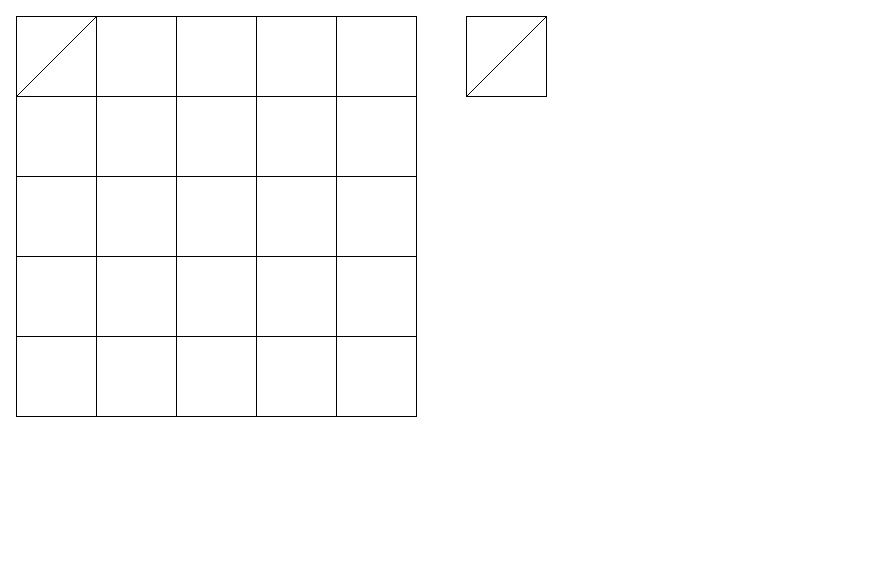
The draw.io diagram page "Templates-Testing" (1 of 3) of Grids/Untitled Diagram.drawio in vagg99/Game-Theory, before the edit. Source tidied: cells renumbered, new cells numbered last; positions are measured from the earlier drawing's top-left corner, leaving out a move shared by most shapes. Both pictures are drawn from the tidied source at 100%, with x=0, y=0 at pixel (16, 16).
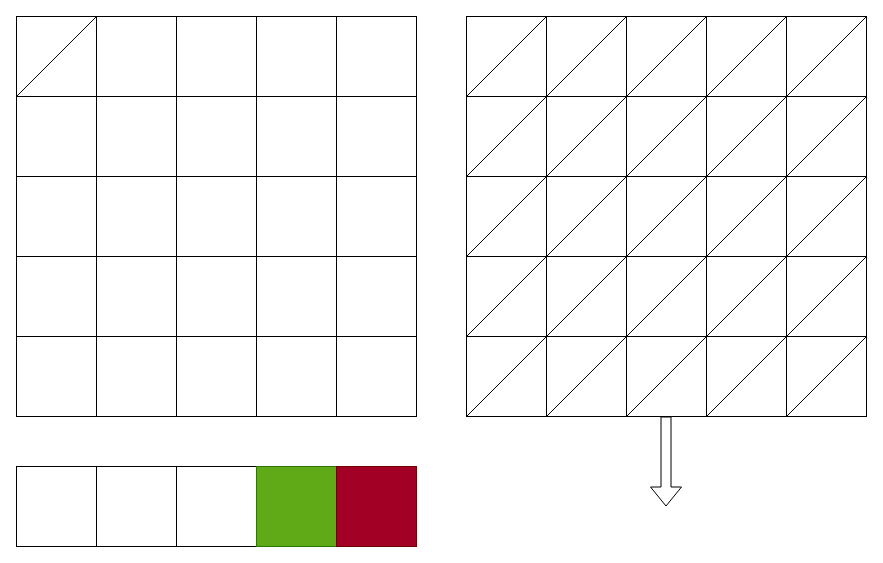
Above is the later version.

The change refers to these unchanged cells:
```xml
<mxCell id="28" style="whiteSpace=wrap;html=1;rounded=0;shadow=0;glass=0;" parent="1" vertex="1">
  <mxGeometry x="450" width="80" height="80" as="geometry" />
</mxCell>
```

Diff of the diagram source:
```diff
@@
-    <mxCell id="29" style="endArrow=none;html=1;rounded=0;entryX=1;entryY=0;entryDx=0;entryDy=0;" parent="1" edge="1" target="28">
-      <mxGeometry relative="1" as="geometry">
-        <mxPoint x="450" y="80" as="sourcePoint" />
-      </mxGeometry>
+    <mxCell id="29" style="endArrow=none;html=1;rounded=0;entryX=1;entryY=0;entryDx=0;entryDy=0;" parent="1" edge="1" source="79" target="28">
+      <mxGeometry relative="1" as="geometry" />
     </mxCell>
+    <mxCell id="30" style="whiteSpace=wrap;html=1;rounded=0;shadow=0;glass=0;" parent="1" vertex="1">
+      <mxGeometry x="450" y="80" width="80" height="80" as="geometry" />
+    </mxCell>
+    <mxCell id="31" style="endArrow=none;html=1;rounded=0;entryX=1;entryY=0;entryDx=0;entryDy=0;" parent="1" edge="1" target="30">
+      <mxGeometry relative="1" as="geometry">
+        <mxPoint x="450" y="160" as="sourcePoint" />
+      </mxGeometry>
+    </mxCell>
+    <mxCell id="32" style="whiteSpace=wrap;html=1;rounded=0;shadow=0;glass=0;" parent="1" vertex="1">
+      <mxGeometry x="530" width="80" height="80" as="geometry" />
+    </mxCell>
+    <mxCell id="33" style="endArrow=none;html=1;rounded=0;entryX=1;entryY=0;entryDx=0;entryDy=0;" parent="1" edge="1" source="86" target="32">
+      <mxGeometry relative="1" as="geometry" />
+    </mxCell>
+    <mxCell id="34" style="whiteSpace=wrap;html=1;rounded=0;shadow=0;glass=0;" parent="1" vertex="1">
+      <mxGeometry x="530" y="80" width="80" height="80" as="geometry" />
+    </mxCell>
+    <mxCell id="35" style="endArrow=none;html=1;rounded=0;entryX=1;entryY=0;entryDx=0;entryDy=0;" parent="1" edge="1" target="34">
+      <mxGeometry relative="1" as="geometry">
+        <mxPoint x="530" y="160" as="sourcePoint" />
+      </mxGeometry>
+    </mxCell>
+    <mxCell id="36" style="whiteSpace=wrap;html=1;rounded=0;shadow=0;glass=0;" parent="1" vertex="1">
+      <mxGeometry x="450" y="160" width="80" height="80" as="geometry" />
+    </mxCell>
+    <mxCell id="37" style="endArrow=none;html=1;rounded=0;entryX=1;entryY=0;entryDx=0;entryDy=0;" parent="1" edge="1" target="36">
+      <mxGeometry relative="1" as="geometry">
+        <mxPoint x="450" y="240" as="sourcePoint" />
+      </mxGeometry>
+    </mxCell>
+    <mxCell id="38" style="whiteSpace=wrap;html=1;rounded=0;shadow=0;glass=0;" parent="1" vertex="1">
+      <mxGeometry x="450" y="240" width="80" height="80" as="geometry" />
+    </mxCell>
+    <mxCell id="39" style="endArrow=none;html=1;rounded=0;entryX=1;entryY=0;entryDx=0;entryDy=0;" parent="1" edge="1" target="38">
+      <mxGeometry relative="1" as="geometry">
+        <mxPoint x="450" y="320" as="sourcePoint" />
+      </mxGeometry>
+    </mxCell>
+    <mxCell id="40" style="whiteSpace=wrap;html=1;rounded=0;shadow=0;glass=0;" parent="1" vertex="1">
+      <mxGeometry x="530" y="160" width="80" height="80" as="geometry" />
+    </mxCell>
+    <mxCell id="41" style="endArrow=none;html=1;rounded=0;entryX=1;entryY=0;entryDx=0;entryDy=0;" parent="1" edge="1" target="40">
+      <mxGeometry relative="1" as="geometry">
+        <mxPoint x="530" y="240" as="sourcePoint" />
+      </mxGeometry>
+    </mxCell>
+    <mxCell id="42" style="whiteSpace=wrap;html=1;rounded=0;shadow=0;glass=0;" parent="1" vertex="1">
+      <mxGeometry x="530" y="240" width="80" height="80" as="geometry" />
+    </mxCell>
+    <mxCell id="43" style="endArrow=none;html=1;rounded=0;entryX=1;entryY=0;entryDx=0;entryDy=0;" parent="1" edge="1" target="42">
+      <mxGeometry relative="1" as="geometry">
+        <mxPoint x="530" y="320" as="sourcePoint" />
+      </mxGeometry>
+    </mxCell>
+    <mxCell id="44" style="whiteSpace=wrap;html=1;rounded=0;shadow=0;glass=0;" parent="1" vertex="1">
+      <mxGeometry x="610" width="80" height="80" as="geometry" />
+    </mxCell>
+    <mxCell id="45" style="endArrow=none;html=1;rounded=0;entryX=1;entryY=0;entryDx=0;entryDy=0;" parent="1" edge="1" target="44">
+      <mxGeometry relative="1" as="geometry">
+        <mxPoint x="610" y="80" as="sourcePoint" />
+      </mxGeometry>
+    </mxCell>
+    <mxCell id="46" style="whiteSpace=wrap;html=1;rounded=0;shadow=0;glass=0;" parent="1" vertex="1">
+      <mxGeometry x="610" y="80" width="80" height="80" as="geometry" />
+    </mxCell>
+    <mxCell id="47" style="endArrow=none;html=1;rounded=0;entryX=1;entryY=0;entryDx=0;entryDy=0;" parent="1" edge="1" target="46">
+      <mxGeometry relative="1" as="geometry">
+        <mxPoint x="610" y="160" as="sourcePoint" />
+      </mxGeometry>
+    </mxCell>
+    <mxCell id="48" style="whiteSpace=wrap;html=1;rounded=0;shadow=0;glass=0;" parent="1" vertex="1">
+      <mxGeometry x="690" width="80" height="80" as="geometry" />
+    </mxCell>
+    <mxCell id="49" style="endArrow=none;html=1;rounded=0;entryX=1;entryY=0;entryDx=0;entryDy=0;" parent="1" edge="1" target="48">
+      <mxGeometry relative="1" as="geometry">
+        <mxPoint x="690" y="80" as="sourcePoint" />
+      </mxGeometry>
+    </mxCell>
+    <mxCell id="50" style="whiteSpace=wrap;html=1;rounded=0;shadow=0;glass=0;" parent="1" vertex="1">
+      <mxGeometry x="690" y="80" width="80" height="80" as="geometry" />
+    </mxCell>
+    <mxCell id="51" style="endArrow=none;html=1;rounded=0;entryX=1;entryY=0;entryDx=0;entryDy=0;" parent="1" edge="1" target="50">
+      <mxGeometry relative="1" as="geometry">
+        <mxPoint x="690" y="160" as="sourcePoint" />
+      </mxGeometry>
+    </mxCell>
+    <mxCell id="52" style="whiteSpace=wrap;html=1;rounded=0;shadow=0;glass=0;" parent="1" vertex="1">
+      <mxGeometry x="610" y="160" width="80" height="80" as="geometry" />
+    </mxCell>
+    <mxCell id="53" style="endArrow=none;html=1;rounded=0;entryX=1;entryY=0;entryDx=0;entryDy=0;" parent="1" edge="1" target="52">
+      <mxGeometry relative="1" as="geometry">
+        <mxPoint x="610" y="240" as="sourcePoint" />
+      </mxGeometry>
+    </mxCell>
+    <mxCell id="54" style="whiteSpace=wrap;html=1;rounded=0;shadow=0;glass=0;" parent="1" vertex="1">
+      <mxGeometry x="610" y="240" width="80" height="80" as="geometry" />
+    </mxCell>
+    <mxCell id="55" style="endArrow=none;html=1;rounded=0;entryX=1;entryY=0;entryDx=0;entryDy=0;" parent="1" edge="1" target="54">
+      <mxGeometry relative="1" as="geometry">
+        <mxPoint x="610" y="320" as="sourcePoint" />
+      </mxGeometry>
+    </mxCell>
+    <mxCell id="56" style="whiteSpace=wrap;html=1;rounded=0;shadow=0;glass=0;" parent="1" vertex="1">
+      <mxGeometry x="690" y="160" width="80" height="80" as="geometry" />
+    </mxCell>
+    <mxCell id="57" style="endArrow=none;html=1;rounded=0;entryX=1;entryY=0;entryDx=0;entryDy=0;" parent="1" edge="1" target="56">
+      <mxGeometry relative="1" as="geometry">
+        <mxPoint x="690" y="240" as="sourcePoint" />
+      </mxGeometry>
+    </mxCell>
+    <mxCell id="58" style="whiteSpace=wrap;html=1;rounded=0;shadow=0;glass=0;" parent="1" vertex="1">
+      <mxGeometry x="690" y="240" width="80" height="80" as="geometry" />
+    </mxCell>
+    <mxCell id="59" style="endArrow=none;html=1;rounded=0;entryX=1;entryY=0;entryDx=0;entryDy=0;" parent="1" edge="1" target="58">
+      <mxGeometry relative="1" as="geometry">
+        <mxPoint x="690" y="320" as="sourcePoint" />
+      </mxGeometry>
+    </mxCell>
+    <mxCell id="60" style="whiteSpace=wrap;html=1;rounded=0;shadow=0;glass=0;" parent="1" vertex="1">
+      <mxGeometry x="450" y="320" width="80" height="80" as="geometry" />
+    </mxCell>
+    <mxCell id="61" style="endArrow=none;html=1;rounded=0;entryX=1;entryY=0;entryDx=0;entryDy=0;" parent="1" edge="1" target="60">
+      <mxGeometry relative="1" as="geometry">
+        <mxPoint x="450" y="400" as="sourcePoint" />
+      </mxGeometry>
+    </mxCell>
+    <mxCell id="62" style="whiteSpace=wrap;html=1;rounded=0;shadow=0;glass=0;" parent="1" vertex="1">
+      <mxGeometry x="530" y="320" width="80" height="80" as="geometry" />
+    </mxCell>
+    <mxCell id="63" style="endArrow=none;html=1;rounded=0;entryX=1;entryY=0;entryDx=0;entryDy=0;" parent="1" edge="1" target="62">
+      <mxGeometry relative="1" as="geometry">
+        <mxPoint x="530" y="400" as="sourcePoint" />
+      </mxGeometry>
+    </mxCell>
+    <mxCell id="64" style="whiteSpace=wrap;html=1;rounded=0;shadow=0;glass=0;" parent="1" vertex="1">
+      <mxGeometry x="610" y="320" width="80" height="80" as="geometry" />
+    </mxCell>
+    <mxCell id="65" style="endArrow=none;html=1;rounded=0;entryX=1;entryY=0;entryDx=0;entryDy=0;" parent="1" edge="1" target="64">
+      <mxGeometry relative="1" as="geometry">
+        <mxPoint x="610" y="400" as="sourcePoint" />
+      </mxGeometry>
+    </mxCell>
+    <mxCell id="66" style="whiteSpace=wrap;html=1;rounded=0;shadow=0;glass=0;" parent="1" vertex="1">
+      <mxGeometry x="690" y="320" width="80" height="80" as="geometry" />
+    </mxCell>
+    <mxCell id="67" style="endArrow=none;html=1;rounded=0;entryX=1;entryY=0;entryDx=0;entryDy=0;" parent="1" edge="1" target="66">
+      <mxGeometry relative="1" as="geometry">
+        <mxPoint x="690" y="400" as="sourcePoint" />
+      </mxGeometry>
+    </mxCell>
+    <mxCell id="68" style="whiteSpace=wrap;html=1;rounded=0;shadow=0;glass=0;" parent="1" vertex="1">
+      <mxGeometry x="770" width="80" height="80" as="geometry" />
+    </mxCell>
+    <mxCell id="69" style="endArrow=none;html=1;rounded=0;entryX=1;entryY=0;entryDx=0;entryDy=0;" parent="1" edge="1" target="68">
+      <mxGeometry relative="1" as="geometry">
+        <mxPoint x="770" y="80" as="sourcePoint" />
+      </mxGeometry>
+    </mxCell>
+    <mxCell id="70" style="whiteSpace=wrap;html=1;rounded=0;shadow=0;glass=0;" parent="1" vertex="1">
+      <mxGeometry x="770" y="80" width="80" height="80" as="geometry" />
+    </mxCell>
+    <mxCell id="71" style="endArrow=none;html=1;rounded=0;entryX=1;entryY=0;entryDx=0;entryDy=0;" parent="1" edge="1" target="70">
+      <mxGeometry relative="1" as="geometry">
+        <mxPoint x="770" y="160" as="sourcePoint" />
+      </mxGeometry>
+    </mxCell>
+    <mxCell id="72" style="whiteSpace=wrap;html=1;rounded=0;shadow=0;glass=0;" parent="1" vertex="1">
+      <mxGeometry x="770" y="160" width="80" height="80" as="geometry" />
+    </mxCell>
+    <mxCell id="73" style="endArrow=none;html=1;rounded=0;entryX=1;entryY=0;entryDx=0;entryDy=0;" parent="1" edge="1" target="72">
+      <mxGeometry relative="1" as="geometry">
+        <mxPoint x="770" y="240" as="sourcePoint" />
+      </mxGeometry>
+    </mxCell>
+    <mxCell id="74" style="whiteSpace=wrap;html=1;rounded=0;shadow=0;glass=0;" parent="1" vertex="1">
+      <mxGeometry x="770" y="240" width="80" height="80" as="geometry" />
+    </mxCell>
+    <mxCell id="75" style="endArrow=none;html=1;rounded=0;entryX=1;entryY=0;entryDx=0;entryDy=0;" parent="1" edge="1" target="74">
+      <mxGeometry relative="1" as="geometry">
+        <mxPoint x="770" y="320" as="sourcePoint" />
+      </mxGeometry>
+    </mxCell>
+    <mxCell id="76" style="whiteSpace=wrap;html=1;rounded=0;shadow=0;glass=0;" parent="1" vertex="1">
+      <mxGeometry x="770" y="320" width="80" height="80" as="geometry" />
+    </mxCell>
+    <mxCell id="77" style="endArrow=none;html=1;rounded=0;entryX=1;entryY=0;entryDx=0;entryDy=0;" parent="1" edge="1" target="76">
+      <mxGeometry relative="1" as="geometry">
+        <mxPoint x="770" y="400" as="sourcePoint" />
+      </mxGeometry>
+    </mxCell>
+    <mxCell id="78" style="endArrow=none;html=1;rounded=0;entryX=1;entryY=0;entryDx=0;entryDy=0;" parent="1" edge="1" target="79">
+      <mxGeometry relative="1" as="geometry">
+        <mxPoint x="450" y="80" as="sourcePoint" />
+      </mxGeometry>
+    </mxCell>
+    <mxCell id="79" style="whiteSpace=wrap;html=1;" parent="1" vertex="1">
+      <mxGeometry x="450" width="80" height="80" as="geometry" />
+    </mxCell>
+    <mxCell id="80" style="whiteSpace=wrap;html=1;" parent="1" vertex="1">
+      <mxGeometry y="450" width="80" height="80" as="geometry" />
+    </mxCell>
+    <mxCell id="81" style="whiteSpace=wrap;html=1;" parent="1" vertex="1">
+      <mxGeometry x="80" y="450" width="80" height="80" as="geometry" />
+    </mxCell>
+    <mxCell id="82" style="whiteSpace=wrap;html=1;" parent="1" vertex="1">
+      <mxGeometry x="160" y="450" width="80" height="80" as="geometry" />
+    </mxCell>
+    <mxCell id="83" style="whiteSpace=wrap;html=1;fillColor=#60a917;fontColor=#ffffff;strokeColor=#2D7600;" parent="1" vertex="1">
+      <mxGeometry x="240" y="450" width="80" height="80" as="geometry" />
+    </mxCell>
+    <mxCell id="84" style="whiteSpace=wrap;html=1;fillColor=#a20025;fontColor=#ffffff;strokeColor=#6F0000;" parent="1" vertex="1">
+      <mxGeometry x="320" y="450" width="80" height="80" as="geometry" />
+    </mxCell>
+    <mxCell id="85" style="endArrow=none;html=1;rounded=0;entryX=1;entryY=0;entryDx=0;entryDy=0;" parent="1" edge="1" target="86">
+      <mxGeometry relative="1" as="geometry">
+        <mxPoint x="530" y="80" as="sourcePoint" />
+      </mxGeometry>
+    </mxCell>
+    <mxCell id="86" style="whiteSpace=wrap;html=1;" parent="1" vertex="1">
+      <mxGeometry x="530" width="80" height="80" as="geometry" />
+    </mxCell>
+    <mxCell id="87" style="whiteSpace=wrap;html=1;rounded=0;shadow=0;glass=0;" parent="1" vertex="1">
+      <mxGeometry x="450" width="80" height="80" as="geometry" />
+    </mxCell>
+    <mxCell id="88" style="endArrow=none;html=1;rounded=0;entryX=1;entryY=0;entryDx=0;entryDy=0;" parent="1" edge="1" target="87">
+      <mxGeometry relative="1" as="geometry">
+        <mxPoint x="450" y="80" as="sourcePoint" />
+      </mxGeometry>
+    </mxCell>
+    <mxCell id="89" style="whiteSpace=wrap;html=1;rounded=0;shadow=0;glass=0;" parent="1" vertex="1">
+      <mxGeometry x="530" width="80" height="80" as="geometry" />
+    </mxCell>
+    <mxCell id="90" style="endArrow=none;html=1;rounded=0;entryX=1;entryY=0;entryDx=0;entryDy=0;" parent="1" edge="1" target="89">
+      <mxGeometry relative="1" as="geometry">
+        <mxPoint x="530" y="80" as="sourcePoint" />
+      </mxGeometry>
+    </mxCell>
+    <mxCell id="91" style="shape=flexArrow;endArrow=classic;html=1;rounded=0;exitX=0.5;exitY=1;exitDx=0;exitDy=0;" parent="1" edge="1">
+      <mxGeometry relative="1" as="geometry">
+        <mxPoint x="649.5" y="400" as="sourcePoint" />
+        <mxPoint x="649.5" y="490" as="targetPoint" />
+      </mxGeometry>
+    </mxCell>
```
